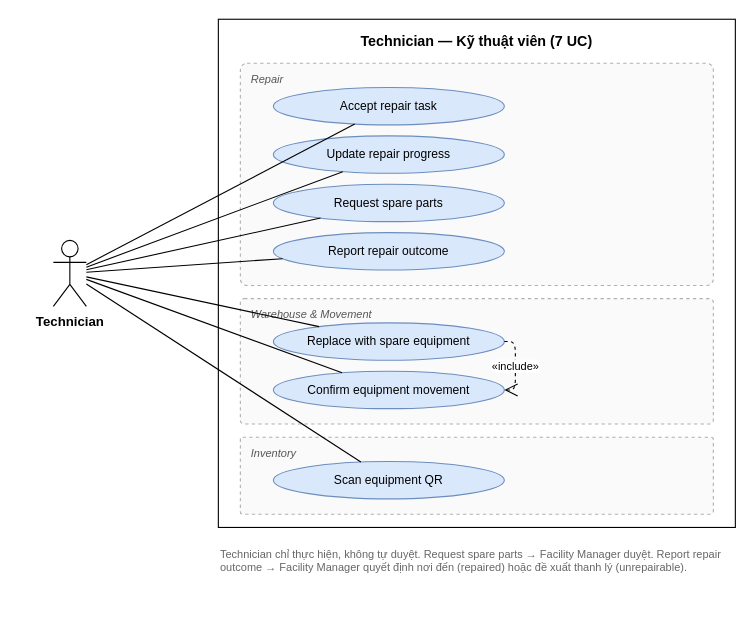
This is page "4. Technician" (4 of 6) of Actor_UseCase.drawio from Hoang-124/Ruo, a draw.io file, before an edit. Source tidied: cells renumbered, new cells numbered last; positions are measured from the earlier drawing's top-left corner, leaving out a move shared by most shapes. Both pictures are drawn from the tidied source at 110%, with x=0, y=0 at pixel (53, 19).
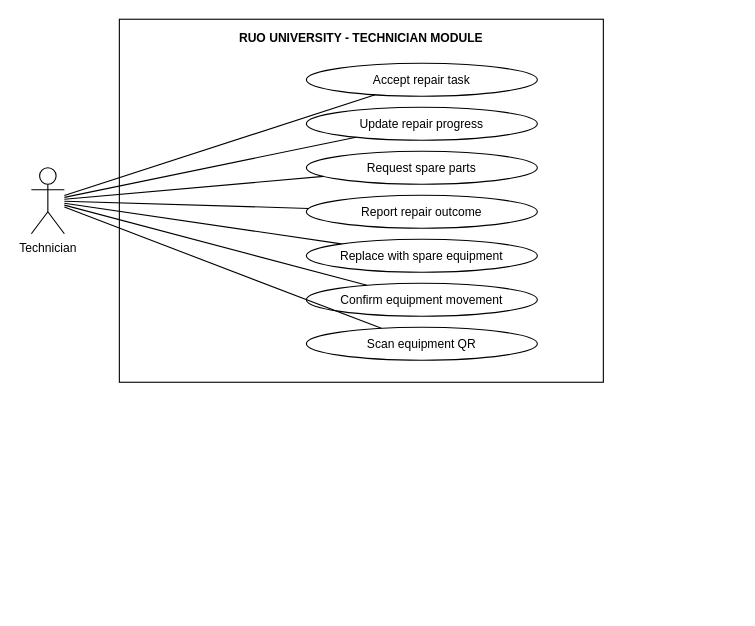
Above is the later version.

The edit, as a diff of the source:
```diff
@@
-    <mxCell id="2" value="Technician — Kỹ thuật viên (7 UC)" style="rounded=0;whiteSpace=wrap;html=1;fillColor=none;verticalAlign=top;align=center;fontSize=13;fontStyle=1;spacingTop=6;" parent="1" vertex="1">
-      <mxGeometry x="150" width="470" height="462" as="geometry" />
+    <mxCell id="2" value="RUO UNIVERSITY - TECHNICIAN MODULE" style="rounded=0;whiteSpace=wrap;html=1;fillColor=none;verticalAlign=top;align=center;fontSize=11;fontStyle=1;spacingTop=4;" parent="1" vertex="1">
+      <mxGeometry x="60" width="440" height="330" as="geometry" />
     </mxCell>
-    <mxCell id="3" value="Repair" style="ruoFrame=1;rounded=1;arcSize=3;whiteSpace=wrap;html=1;dashed=1;fillColor=#fafafa;strokeColor=#b0b0b0;verticalAlign=top;align=left;spacingLeft=8;spacingTop=2;fontSize=10;fontStyle=2;fontColor=#555555;" parent="1" vertex="1">
-      <mxGeometry x="170" y="40" width="430" height="202" as="geometry" />
-    </mxCell>
-    <mxCell id="4" value="Warehouse &amp; Movement" style="ruoFrame=1;rounded=1;arcSize=3;whiteSpace=wrap;html=1;dashed=1;fillColor=#fafafa;strokeColor=#b0b0b0;verticalAlign=top;align=left;spacingLeft=8;spacingTop=2;fontSize=10;fontStyle=2;fontColor=#555555;" parent="1" vertex="1">
-      <mxGeometry x="170" y="254" width="430" height="114" as="geometry" />
-    </mxCell>
-    <mxCell id="5" value="Inventory" style="ruoFrame=1;rounded=1;arcSize=3;whiteSpace=wrap;html=1;dashed=1;fillColor=#fafafa;strokeColor=#b0b0b0;verticalAlign=top;align=left;spacingLeft=8;spacingTop=2;fontSize=10;fontStyle=2;fontColor=#555555;" parent="1" vertex="1">
-      <mxGeometry x="170" y="380" width="430" height="70" as="geometry" />
-    </mxCell>
+    <mxCell id="13" value="Technician" style="shape=umlActor;verticalLabelPosition=bottom;verticalAlign=top;html=1;outlineConnect=0;fontSize=11;" parent="1" vertex="1">
+      <mxGeometry x="-20" y="135" width="30" height="60" as="geometry" />
+    </mxCell>
-    <mxCell id="6" value="Accept repair task" style="ellipse;whiteSpace=wrap;html=1;fontSize=11;fillColor=#dae8fc;strokeColor=#6c8ebf;" parent="1" vertex="1">
-      <mxGeometry x="200" y="62" width="210" height="34" as="geometry" />
+    <mxCell id="6" value="Accept repair task" style="ellipse;whiteSpace=wrap;html=1;fontSize=11;fillColor=#ffffff;strokeColor=#000000;" parent="1" vertex="1">
+      <mxGeometry x="230" y="40" width="210" height="30" as="geometry" />
     </mxCell>
+    <mxCell id="23" style="endArrow=none;html=1;rounded=0;strokeWidth=1;" parent="1" edge="1" source="13" target="6">
+      <mxGeometry relative="1" as="geometry" />
+    </mxCell>
-    <mxCell id="7" value="Update repair progress" style="ellipse;whiteSpace=wrap;html=1;fontSize=11;fillColor=#dae8fc;strokeColor=#6c8ebf;" parent="1" vertex="1">
-      <mxGeometry x="200" y="106" width="210" height="34" as="geometry" />
+    <mxCell id="7" value="Update repair progress" style="ellipse;whiteSpace=wrap;html=1;fontSize=11;fillColor=#ffffff;strokeColor=#000000;" parent="1" vertex="1">
+      <mxGeometry x="230" y="80" width="210" height="30" as="geometry" />
     </mxCell>
+    <mxCell id="14" style="endArrow=none;html=1;rounded=0;strokeWidth=1;" parent="1" edge="1" source="13" target="7">
+      <mxGeometry relative="1" as="geometry" />
+    </mxCell>
-    <mxCell id="8" value="Request spare parts" style="ellipse;whiteSpace=wrap;html=1;fontSize=11;fillColor=#dae8fc;strokeColor=#6c8ebf;" parent="1" vertex="1">
-      <mxGeometry x="200" y="150" width="210" height="34" as="geometry" />
+    <mxCell id="8" value="Request spare parts" style="ellipse;whiteSpace=wrap;html=1;fontSize=11;fillColor=#ffffff;strokeColor=#000000;" parent="1" vertex="1">
+      <mxGeometry x="230" y="120" width="210" height="30" as="geometry" />
     </mxCell>
+    <mxCell id="15" style="endArrow=none;html=1;rounded=0;strokeWidth=1;" parent="1" edge="1" source="13" target="8">
+      <mxGeometry relative="1" as="geometry" />
+    </mxCell>
-    <mxCell id="9" value="Report repair outcome" style="ellipse;whiteSpace=wrap;html=1;fontSize=11;fillColor=#dae8fc;strokeColor=#6c8ebf;" parent="1" vertex="1">
-      <mxGeometry x="200" y="194" width="210" height="34" as="geometry" />
+    <mxCell id="9" value="Report repair outcome" style="ellipse;whiteSpace=wrap;html=1;fontSize=11;fillColor=#ffffff;strokeColor=#000000;" parent="1" vertex="1">
+      <mxGeometry x="230" y="160" width="210" height="30" as="geometry" />
     </mxCell>
+    <mxCell id="16" style="endArrow=none;html=1;rounded=0;strokeWidth=1;" parent="1" edge="1" source="13" target="9">
+      <mxGeometry relative="1" as="geometry" />
+    </mxCell>
-    <mxCell id="10" value="Replace with spare equipment" style="ellipse;whiteSpace=wrap;html=1;fontSize=11;fillColor=#dae8fc;strokeColor=#6c8ebf;" parent="1" vertex="1">
-      <mxGeometry x="200" y="276" width="210" height="34" as="geometry" />
+    <mxCell id="10" value="Replace with spare equipment" style="ellipse;whiteSpace=wrap;html=1;fontSize=11;fillColor=#ffffff;strokeColor=#000000;" parent="1" vertex="1">
+      <mxGeometry x="230" y="200" width="210" height="30" as="geometry" />
     </mxCell>
+    <mxCell id="17" style="endArrow=none;html=1;rounded=0;strokeWidth=1;" parent="1" edge="1" source="13" target="10">
+      <mxGeometry relative="1" as="geometry" />
+    </mxCell>
-    <mxCell id="11" value="Confirm equipment movement" style="ellipse;whiteSpace=wrap;html=1;fontSize=11;fillColor=#dae8fc;strokeColor=#6c8ebf;" parent="1" vertex="1">
-      <mxGeometry x="200" y="320" width="210" height="34" as="geometry" />
+    <mxCell id="11" value="Confirm equipment movement" style="ellipse;whiteSpace=wrap;html=1;fontSize=11;fillColor=#ffffff;strokeColor=#000000;" parent="1" vertex="1">
+      <mxGeometry x="230" y="240" width="210" height="30" as="geometry" />
     </mxCell>
+    <mxCell id="18" style="endArrow=none;html=1;rounded=0;strokeWidth=1;" parent="1" edge="1" source="13" target="11">
+      <mxGeometry relative="1" as="geometry" />
+    </mxCell>
-    <mxCell id="12" value="Scan equipment QR" style="ellipse;whiteSpace=wrap;html=1;fontSize=11;fillColor=#dae8fc;strokeColor=#6c8ebf;" parent="1" vertex="1">
-      <mxGeometry x="200" y="402" width="210" height="34" as="geometry" />
+    <mxCell id="12" value="Scan equipment QR" style="ellipse;whiteSpace=wrap;html=1;fontSize=11;fillColor=#ffffff;strokeColor=#000000;" parent="1" vertex="1">
+      <mxGeometry x="230" y="280" width="210" height="30" as="geometry" />
     </mxCell>
-    <mxCell id="13" value="Technician" style="shape=umlActor;verticalLabelPosition=bottom;verticalAlign=top;html=1;outlineConnect=0;fontSize=12;fontStyle=1;" parent="1" vertex="1">
-      <mxGeometry y="201" width="30" height="60" as="geometry" />
-    </mxCell>
-    <mxCell id="14" style="endArrow=none;html=1;rounded=0;" parent="1" edge="1" source="13" target="6">
-      <mxGeometry relative="1" as="geometry" />
-    </mxCell>
-    <mxCell id="15" style="endArrow=none;html=1;rounded=0;" parent="1" edge="1" source="13" target="7">
-      <mxGeometry relative="1" as="geometry" />
-    </mxCell>
-    <mxCell id="16" style="endArrow=none;html=1;rounded=0;" parent="1" edge="1" source="13" target="8">
-      <mxGeometry relative="1" as="geometry" />
-    </mxCell>
-    <mxCell id="17" style="endArrow=none;html=1;rounded=0;" parent="1" edge="1" source="13" target="9">
-      <mxGeometry relative="1" as="geometry" />
-    </mxCell>
-    <mxCell id="18" style="endArrow=none;html=1;rounded=0;" parent="1" edge="1" source="13" target="10">
-      <mxGeometry relative="1" as="geometry" />
-    </mxCell>
-    <mxCell id="19" style="endArrow=none;html=1;rounded=0;" parent="1" edge="1" source="13" target="11">
+    <mxCell id="19" style="endArrow=none;html=1;rounded=0;strokeWidth=1;" parent="1" edge="1" source="13" target="12">
       <mxGeometry relative="1" as="geometry" />
     </mxCell>
-    <mxCell id="20" style="endArrow=none;html=1;rounded=0;" parent="1" edge="1" source="13" target="12">
-      <mxGeometry relative="1" as="geometry" />
-    </mxCell>
-    <mxCell id="21" value="«include»" style="endArrow=open;endSize=10;dashed=1;html=1;fontSize=10;labelBackgroundColor=#ffffff;edgeStyle=orthogonalEdgeStyle;rounded=1;exitX=1;exitY=0.5;exitDx=0;exitDy=0;entryX=1;entryY=0.5;entryDx=0;entryDy=0;" parent="1" edge="1" source="10" target="11">
-      <mxGeometry relative="1" as="geometry" />
-    </mxCell>
-    <mxCell id="22" value="Technician chỉ thực hiện, không tự duyệt. Request spare parts → Facility Manager duyệt. Report repair outcome → Facility Manager quyết định nơi đến (repaired) hoặc đề xuất thanh lý (unrepairable)." style="text;html=1;align=left;verticalAlign=top;fontSize=10;fontColor=#666666;whiteSpace=wrap;" parent="1" vertex="1">
-      <mxGeometry x="150" y="474" width="470" height="60" as="geometry" />
-    </mxCell>
```
